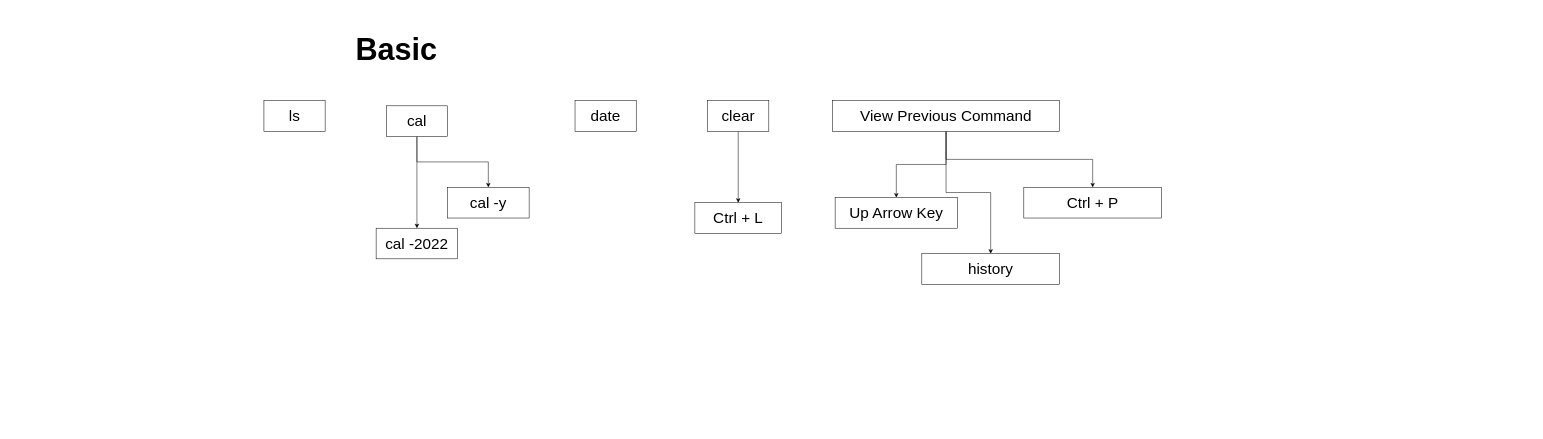
Earlier version of the draw.io diagram linux.drawio (tin-pham/AdvanceJSRoadmap). Source tidied: cells renumbered, new cells numbered last; positions are measured from the earlier drawing's top-left corner, leaving out a move shared by most shapes. Both pictures are drawn from the tidied source at 51%, with x=0, y=0 at pixel (264, 24).
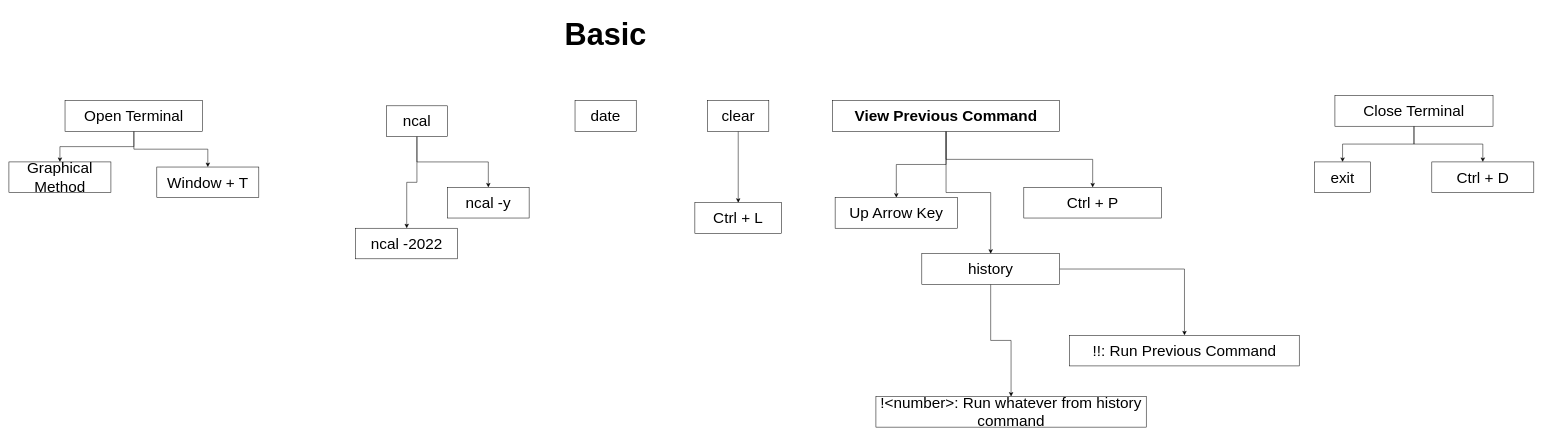
Above is the later version.

The change refers to these unchanged cells:
```xml
<mxCell id="18" value="history" style="rounded=0;whiteSpace=wrap;html=1;fontFamily=Comfortaa;fontSize=30;" parent="1" vertex="1">
  <mxGeometry x="1290" y="450" width="270" height="60" as="geometry" />
</mxCell>
```

Diff of the diagram source:
```diff
@@
-    <mxCell id="2" value="ls" style="rounded=0;whiteSpace=wrap;html=1;fontFamily=Comfortaa;fontSize=30;" parent="1" vertex="1">
-      <mxGeometry y="150" width="120" height="60" as="geometry" />
-    </mxCell>
@@
-    <mxCell id="5" value="cal" style="rounded=0;whiteSpace=wrap;html=1;fontFamily=Comfortaa;fontSize=30;" parent="1" vertex="1">
+    <mxCell id="5" value="ncal" style="rounded=0;whiteSpace=wrap;html=1;fontFamily=Comfortaa;fontSize=30;" parent="1" vertex="1">
       <mxGeometry x="240" y="160" width="120" height="60" as="geometry" />
     </mxCell>
-    <mxCell id="6" value="cal -2022" style="rounded=0;whiteSpace=wrap;html=1;fontFamily=Comfortaa;fontSize=30;" parent="1" vertex="1">
-      <mxGeometry x="220" y="400" width="160" height="60" as="geometry" />
+    <mxCell id="6" value="ncal -2022" style="rounded=0;whiteSpace=wrap;html=1;fontFamily=Comfortaa;fontSize=30;" parent="1" vertex="1">
+      <mxGeometry x="180" y="400" width="200" height="60" as="geometry" />
     </mxCell>
-    <mxCell id="7" value="cal -y" style="rounded=0;whiteSpace=wrap;html=1;fontFamily=Comfortaa;fontSize=30;" parent="1" vertex="1">
+    <mxCell id="7" value="ncal -y" style="rounded=0;whiteSpace=wrap;html=1;fontFamily=Comfortaa;fontSize=30;" parent="1" vertex="1">
       <mxGeometry x="360" y="320" width="160" height="60" as="geometry" />
     </mxCell>
@@
     <mxCell id="12" value="Basic" style="text;html=1;strokeColor=none;fillColor=none;align=center;verticalAlign=middle;whiteSpace=wrap;rounded=0;fontFamily=Comfortaa;fontSize=60;fontStyle=1;" parent="1" vertex="1">
-      <mxGeometry x="150" width="220" height="100" as="geometry" />
+      <mxGeometry x="560" y="-30" width="220" height="100" as="geometry" />
     </mxCell>
@@
-    <mxCell id="16" value="View Previous Command" style="rounded=0;whiteSpace=wrap;html=1;fontFamily=Comfortaa;fontSize=30;" parent="1" vertex="1">
+    <mxCell id="16" value="View Previous Command" style="rounded=0;whiteSpace=wrap;html=1;fontFamily=Comfortaa;fontSize=30;fontStyle=1;" parent="1" vertex="1">
       <mxGeometry x="1115" y="150" width="445" height="60" as="geometry" />
     </mxCell>
@@
+    <mxCell id="20" style="edgeStyle=orthogonalEdgeStyle;rounded=0;jettySize=auto;html=1;" parent="1" edge="1" source="18" target="22">
+      <mxGeometry relative="1" as="geometry" />
+    </mxCell>
+    <mxCell id="21" style="edgeStyle=orthogonalEdgeStyle;rounded=0;jettySize=auto;html=1;" parent="1" edge="1" source="18" target="23">
+      <mxGeometry relative="1" as="geometry" />
+    </mxCell>
@@
+    <mxCell id="22" value="!!: Run Previous Command" style="rounded=0;whiteSpace=wrap;html=1;fontFamily=Comfortaa;fontSize=30;" parent="1" vertex="1">
+      <mxGeometry x="1580" y="610" width="450" height="60" as="geometry" />
+    </mxCell>
+    <mxCell id="23" value="!&amp;lt;number&amp;gt;: Run whatever from history command" style="rounded=0;whiteSpace=wrap;html=1;fontFamily=Comfortaa;fontSize=30;" parent="1" vertex="1">
+      <mxGeometry x="1200" y="730" width="530" height="60" as="geometry" />
+    </mxCell>
+    <mxCell id="24" style="edgeStyle=orthogonalEdgeStyle;rounded=0;jettySize=auto;html=1;" parent="1" edge="1" source="26" target="27">
+      <mxGeometry relative="1" as="geometry" />
+    </mxCell>
+    <mxCell id="25" style="edgeStyle=orthogonalEdgeStyle;rounded=0;jettySize=auto;html=1;" parent="1" edge="1" source="26" target="28">
+      <mxGeometry relative="1" as="geometry" />
+    </mxCell>
+    <mxCell id="26" value="Close Terminal" style="rounded=0;whiteSpace=wrap;html=1;fontFamily=Comfortaa;fontSize=30;" parent="1" vertex="1">
+      <mxGeometry x="2100" y="140" width="310" height="60" as="geometry" />
+    </mxCell>
+    <mxCell id="27" value="exit" style="rounded=0;whiteSpace=wrap;html=1;fontFamily=Comfortaa;fontSize=30;" parent="1" vertex="1">
+      <mxGeometry x="2060" y="270" width="110" height="60" as="geometry" />
+    </mxCell>
+    <mxCell id="28" value="Ctrl + D" style="rounded=0;whiteSpace=wrap;html=1;fontFamily=Comfortaa;fontSize=30;" parent="1" vertex="1">
+      <mxGeometry x="2290" y="270" width="200" height="60" as="geometry" />
+    </mxCell>
+    <mxCell id="29" style="edgeStyle=orthogonalEdgeStyle;rounded=0;jettySize=auto;html=1;" parent="1" edge="1" source="31" target="32">
+      <mxGeometry relative="1" as="geometry" />
+    </mxCell>
+    <mxCell id="30" style="edgeStyle=orthogonalEdgeStyle;rounded=0;jettySize=auto;html=1;" parent="1" edge="1" source="31" target="33">
+      <mxGeometry relative="1" as="geometry" />
+    </mxCell>
+    <mxCell id="31" value="Open Terminal" style="rounded=0;whiteSpace=wrap;html=1;fontFamily=Comfortaa;fontSize=30;" parent="1" vertex="1">
+      <mxGeometry x="-390" y="150" width="270" height="60" as="geometry" />
+    </mxCell>
+    <mxCell id="32" value="Graphical Method" style="rounded=0;whiteSpace=wrap;html=1;fontFamily=Comfortaa;fontSize=30;" parent="1" vertex="1">
+      <mxGeometry x="-500" y="270" width="200" height="60" as="geometry" />
+    </mxCell>
+    <mxCell id="33" value="Window + T" style="rounded=0;whiteSpace=wrap;html=1;fontFamily=Comfortaa;fontSize=30;" parent="1" vertex="1">
+      <mxGeometry x="-210" y="280" width="200" height="60" as="geometry" />
+    </mxCell>
```
